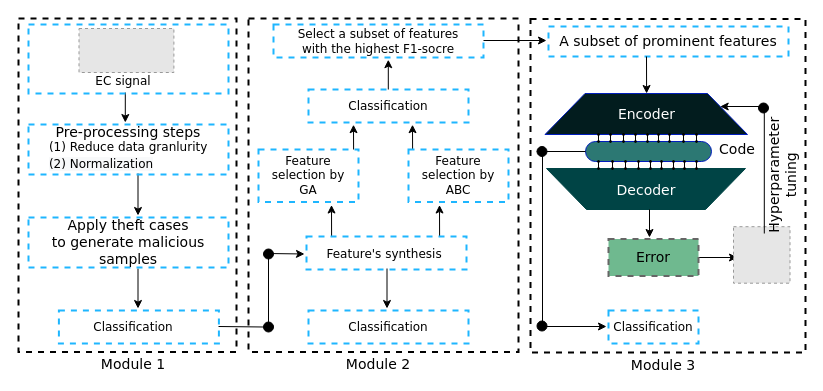
Faisalse/j1_smartgrid keeps this draw.io diagram as j2_systemModel.drawio. Above is the earlier version. Source tidied: cells renumbered, new cells numbered last; positions are measured from the earlier drawing's top-left corner, leaving out a move shared by most shapes. Both pictures are drawn from the tidied source at 100%, with x=0, y=0 at pixel (18, 18). Pictures stored in the file or linked from it are replaced by grey dashed boxes.
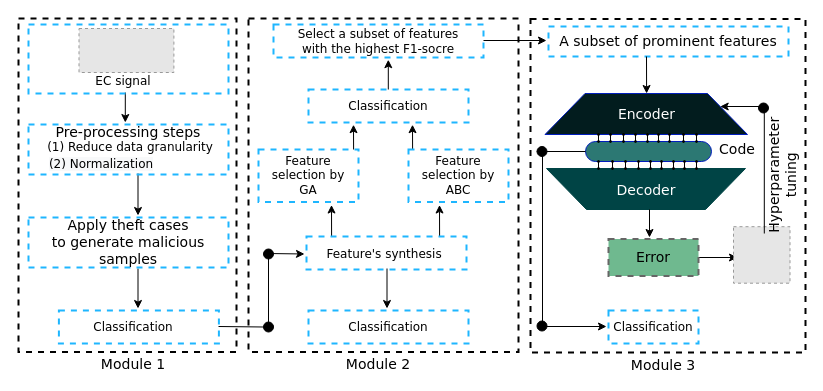
The same page after the edit.

The edit, as a diff of the source:
```diff
@@
-    <mxCell id="38" value="&lt;font&gt;(1) Reduce data granlurity&amp;nbsp;&lt;br&gt;&lt;/font&gt;" style="text;html=1;strokeColor=none;fillColor=none;align=center;verticalAlign=middle;whiteSpace=wrap;rounded=0;dashed=1;fontFamily=Verdana;" parent="1" vertex="1">
+    <mxCell id="38" value="&lt;font&gt;(1) Reduce data granularity&lt;br&gt;&lt;/font&gt;" style="text;html=1;strokeColor=none;fillColor=none;align=center;verticalAlign=middle;whiteSpace=wrap;rounded=0;dashed=1;fontFamily=Verdana;" parent="1" vertex="1">
       <mxGeometry x="20" y="119" width="184" height="20" as="geometry" />
     </mxCell>
```
